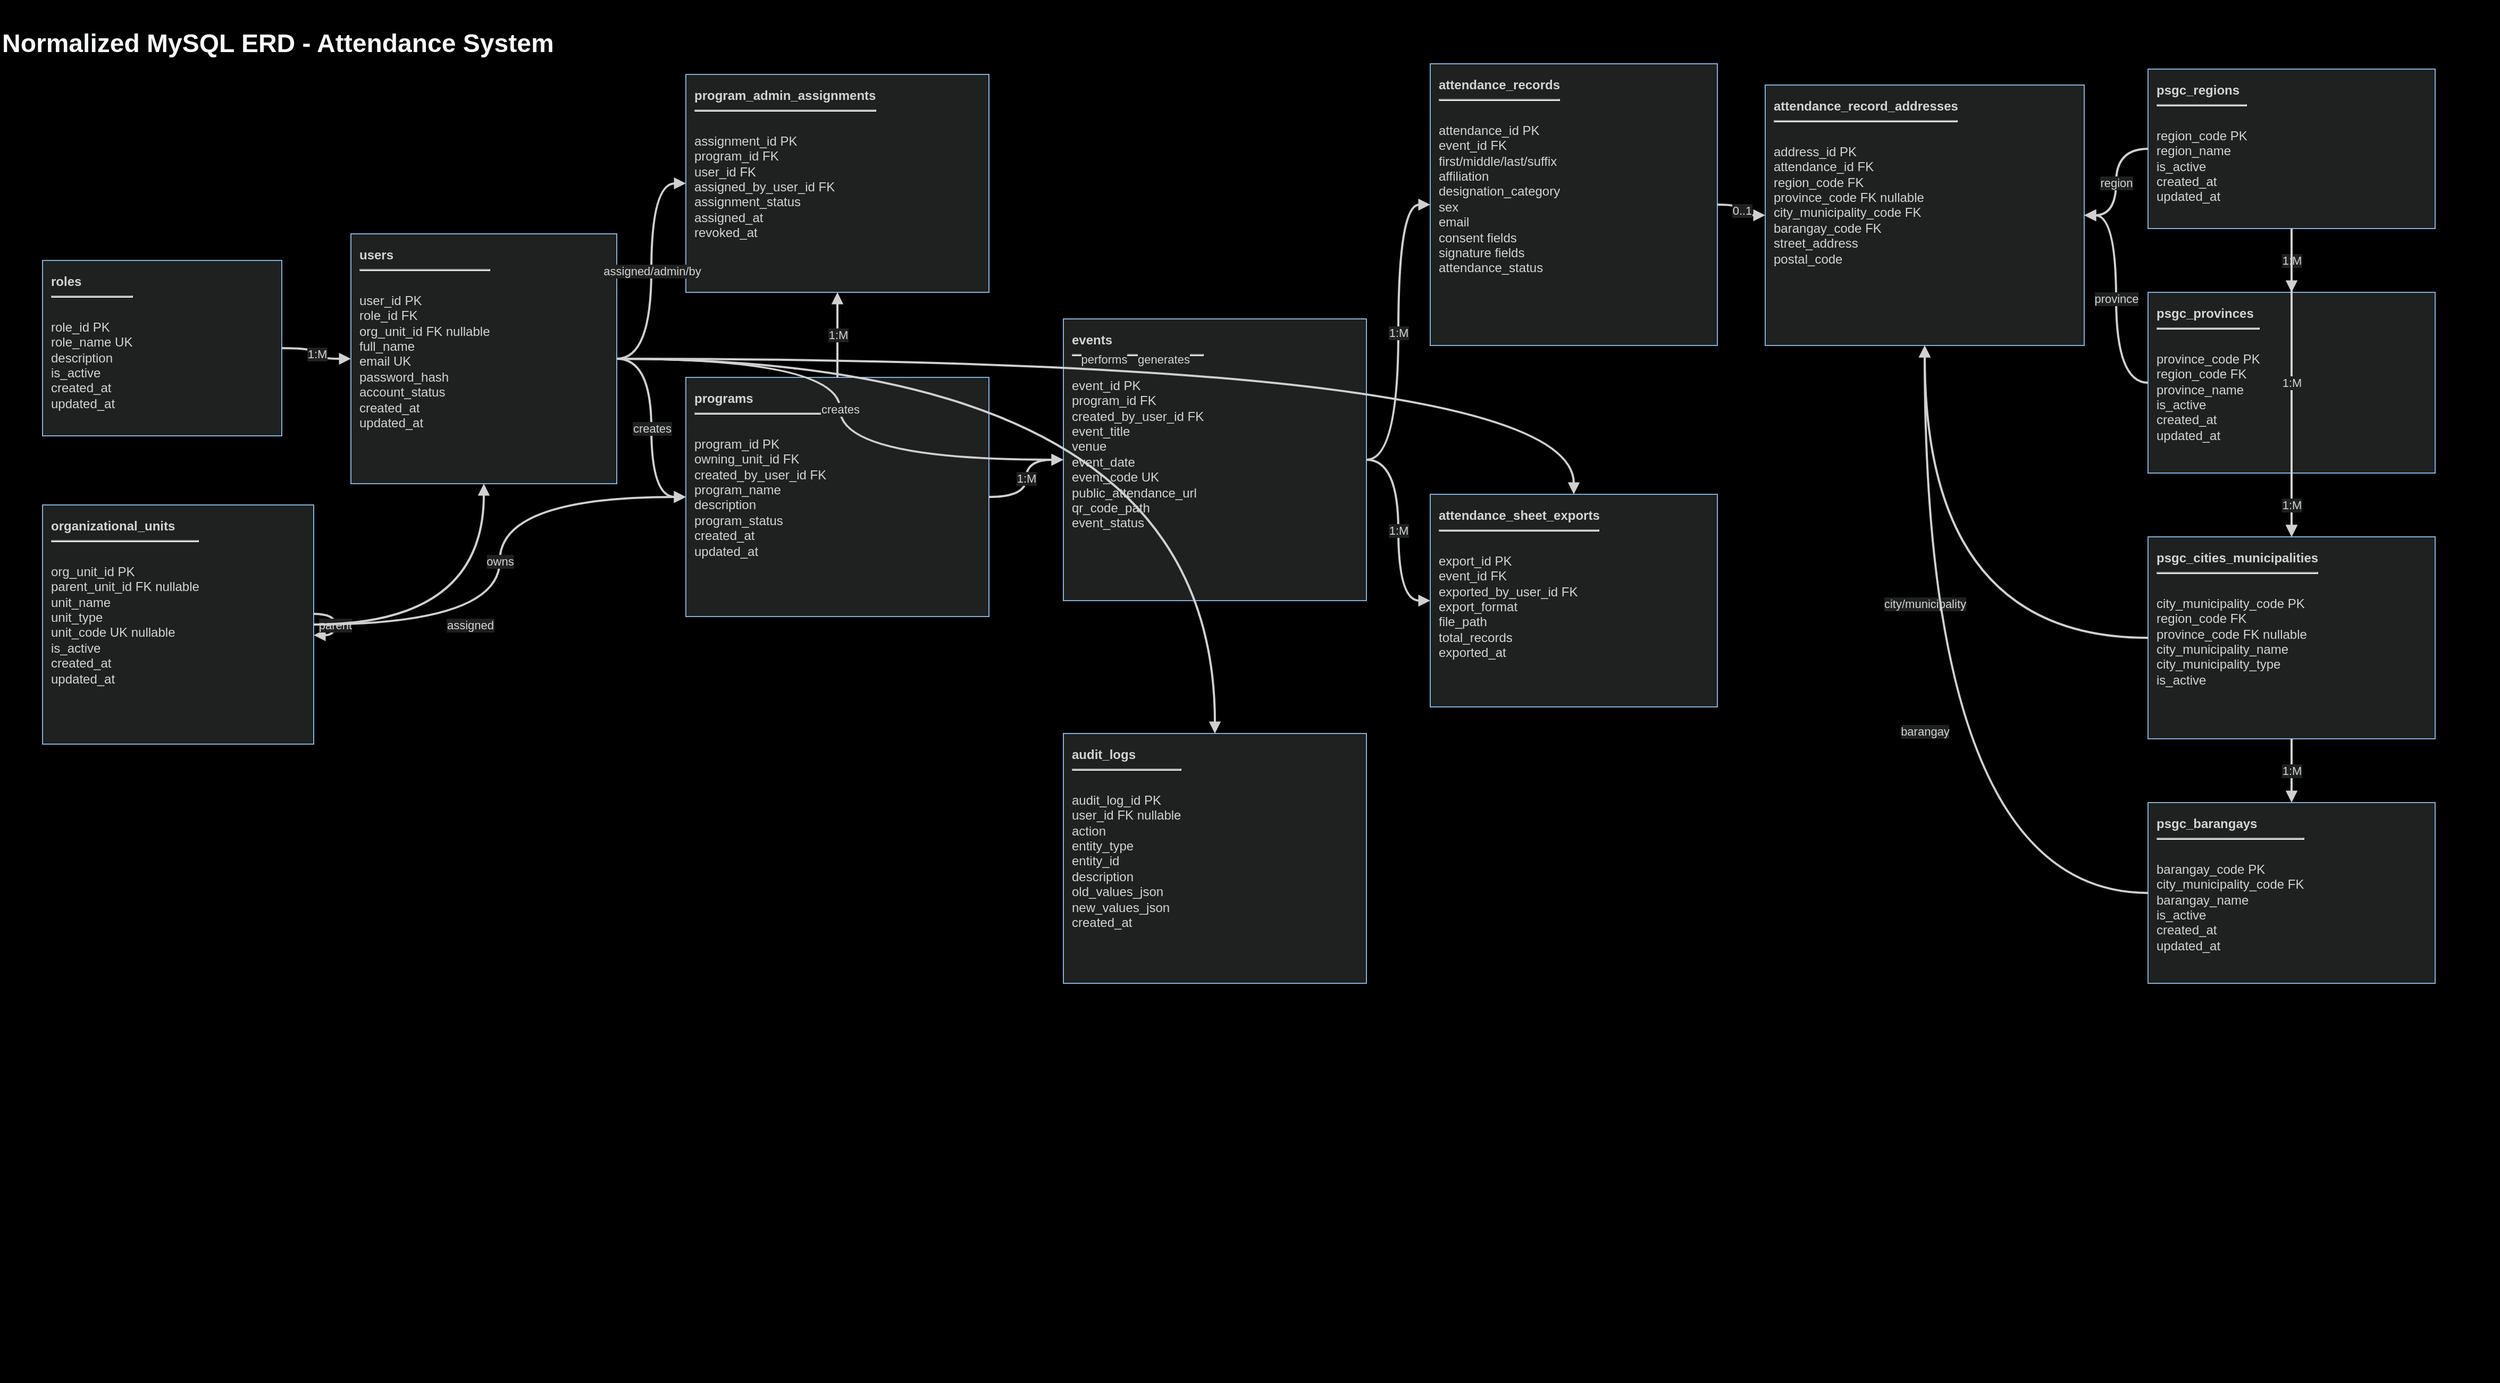
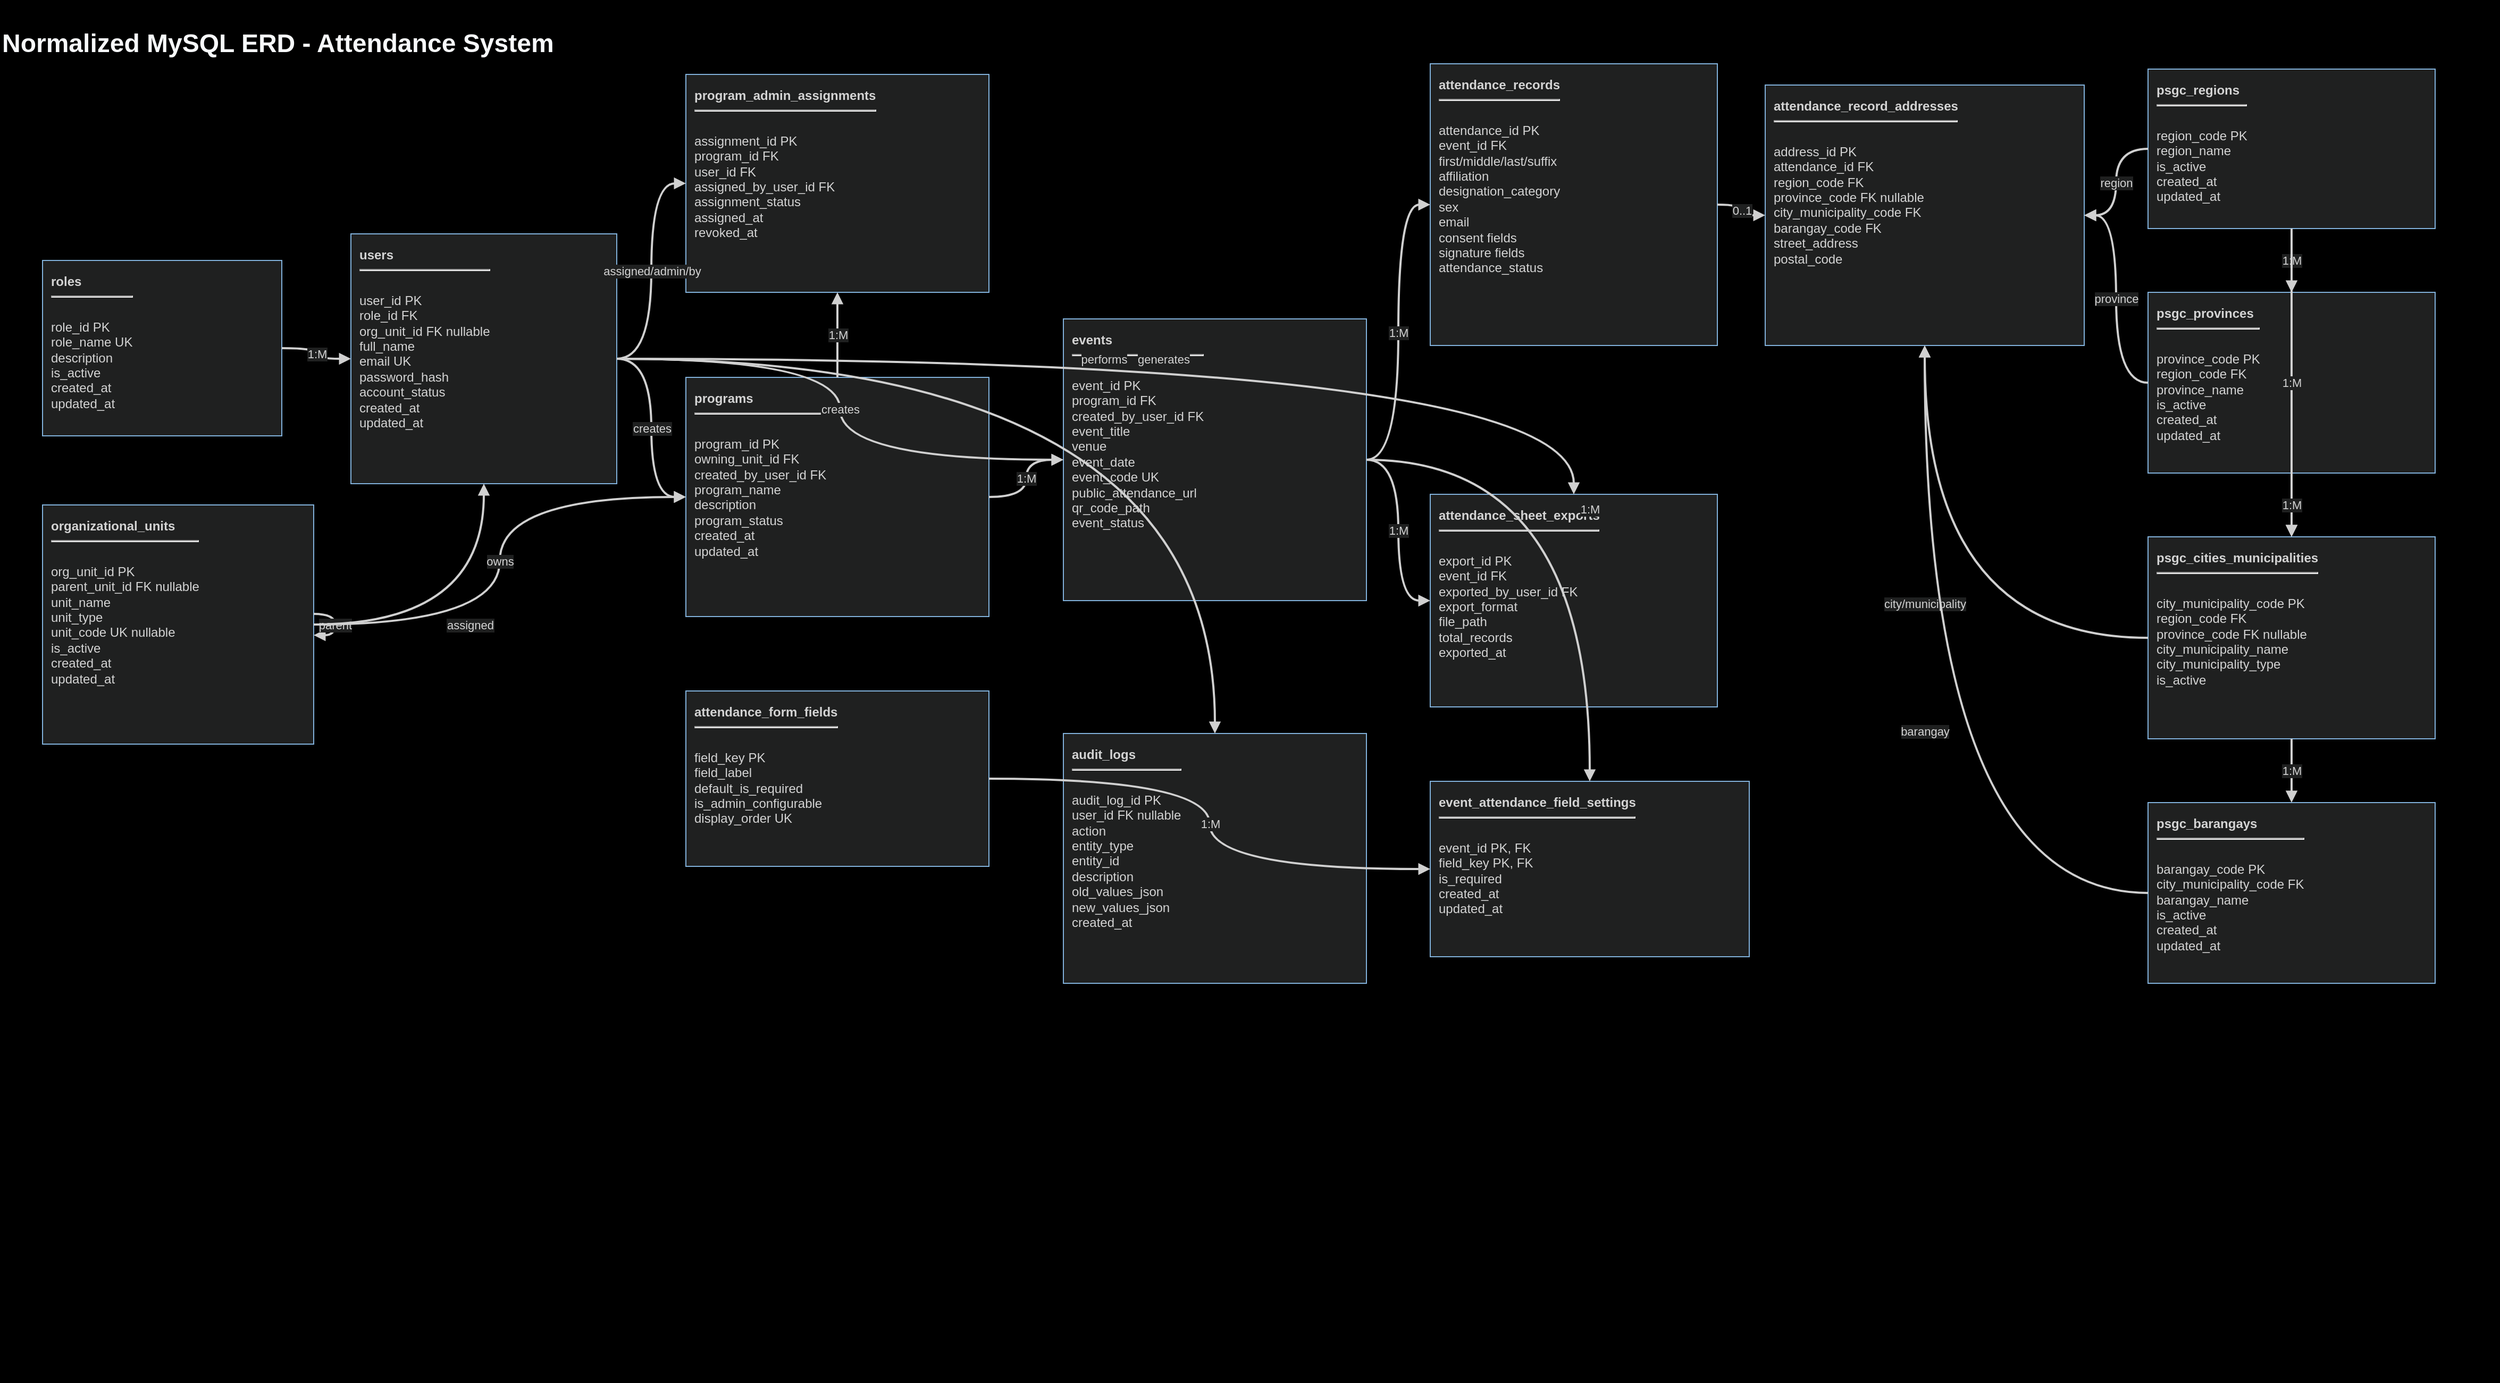
<?xml version='1.0' encoding='utf-8'?>
- <mxfile host="app.diagrams.net"><diagram name="Normalized MySQL ERD - Attendance System"><mxGraphModel dx="2350" dy="1300" grid="1" gridSize="10" guides="1" tooltips="1" connect="1" arrows="1" fold="1" page="1" pageScale="1" pageWidth="2350" pageHeight="1300" background="#000000" math="0" shadow="0"><root><mxCell id="0" /><mxCell id="1" parent="0" /><mxCell id="background" value="" style="rounded=0;whiteSpace=wrap;html=1;fillColor=#000000;strokeColor=none;locked=1;" vertex="1" parent="1"><mxGeometry x="0" y="0" width="2350" height="1300" as="geometry" /></mxCell><mxCell id="title" value="Normalized MySQL ERD - Attendance System" style="text;html=1;strokeColor=none;fillColor=none;fontColor=#f8fafc;fontStyle=1;fontSize=24;" vertex="1" parent="1"><mxGeometry x="0" y="20" width="2350" height="40" as="geometry" /></mxCell><mxCell id="roles" value="&lt;b&gt;roles&lt;/b&gt;&lt;br&gt;&lt;hr&gt;&lt;br&gt;role_id PK&lt;br&gt;role_name UK&lt;br&gt;description&lt;br&gt;is_active&lt;br&gt;created_at&lt;br&gt;updated_at" style="rounded=0;whiteSpace=wrap;html=1;strokeColor=#81B1DB;fillColor=#1f2020;fontColor=#d4d4d4;fontSize=12;spacing=8;align=left;verticalAlign=top;" vertex="1" parent="1"><mxGeometry x="40" y="245" width="225" height="165" as="geometry" /></mxCell><mxCell id="users" value="&lt;b&gt;users&lt;/b&gt;&lt;br&gt;&lt;hr&gt;&lt;br&gt;user_id PK&lt;br&gt;role_id FK&lt;br&gt;org_unit_id FK nullable&lt;br&gt;full_name&lt;br&gt;email UK&lt;br&gt;password_hash&lt;br&gt;account_status&lt;br&gt;created_at&lt;br&gt;updated_at" style="rounded=0;whiteSpace=wrap;html=1;strokeColor=#81B1DB;fillColor=#1f2020;fontColor=#d4d4d4;fontSize=12;spacing=8;align=left;verticalAlign=top;" vertex="1" parent="1"><mxGeometry x="330" y="220" width="250" height="235" as="geometry" /></mxCell><mxCell id="org_units" value="&lt;b&gt;organizational_units&lt;/b&gt;&lt;br&gt;&lt;hr&gt;&lt;br&gt;org_unit_id PK&lt;br&gt;parent_unit_id FK nullable&lt;br&gt;unit_name&lt;br&gt;unit_type&lt;br&gt;unit_code UK nullable&lt;br&gt;is_active&lt;br&gt;created_at&lt;br&gt;updated_at" style="rounded=0;whiteSpace=wrap;html=1;strokeColor=#81B1DB;fillColor=#1f2020;fontColor=#d4d4d4;fontSize=12;spacing=8;align=left;verticalAlign=top;" vertex="1" parent="1"><mxGeometry x="40" y="475" width="255" height="225" as="geometry" /></mxCell><mxCell id="assignments" value="&lt;b&gt;program_admin_assignments&lt;/b&gt;&lt;br&gt;&lt;hr&gt;&lt;br&gt;assignment_id PK&lt;br&gt;program_id FK&lt;br&gt;user_id FK&lt;br&gt;assigned_by_user_id FK&lt;br&gt;assignment_status&lt;br&gt;assigned_at&lt;br&gt;revoked_at" style="rounded=0;whiteSpace=wrap;html=1;strokeColor=#81B1DB;fillColor=#1f2020;fontColor=#d4d4d4;fontSize=12;spacing=8;align=left;verticalAlign=top;" vertex="1" parent="1"><mxGeometry x="645" y="70" width="285" height="205" as="geometry" /></mxCell><mxCell id="programs" value="&lt;b&gt;programs&lt;/b&gt;&lt;br&gt;&lt;hr&gt;&lt;br&gt;program_id PK&lt;br&gt;owning_unit_id FK&lt;br&gt;created_by_user_id FK&lt;br&gt;program_name&lt;br&gt;description&lt;br&gt;program_status&lt;br&gt;created_at&lt;br&gt;updated_at" style="rounded=0;whiteSpace=wrap;html=1;strokeColor=#81B1DB;fillColor=#1f2020;fontColor=#d4d4d4;fontSize=12;spacing=8;align=left;verticalAlign=top;" vertex="1" parent="1"><mxGeometry x="645" y="355" width="285" height="225" as="geometry" /></mxCell><mxCell id="events" value="&lt;b&gt;events&lt;/b&gt;&lt;br&gt;&lt;hr&gt;&lt;br&gt;event_id PK&lt;br&gt;program_id FK&lt;br&gt;created_by_user_id FK&lt;br&gt;event_title&lt;br&gt;venue&lt;br&gt;event_date&lt;br&gt;event_code UK&lt;br&gt;public_attendance_url&lt;br&gt;qr_code_path&lt;br&gt;event_status" style="rounded=0;whiteSpace=wrap;html=1;strokeColor=#81B1DB;fillColor=#1f2020;fontColor=#d4d4d4;fontSize=12;spacing=8;align=left;verticalAlign=top;" vertex="1" parent="1"><mxGeometry x="1000" y="300" width="285" height="265" as="geometry" /></mxCell><mxCell id="attendance" value="&lt;b&gt;attendance_records&lt;/b&gt;&lt;br&gt;&lt;hr&gt;&lt;br&gt;attendance_id PK&lt;br&gt;event_id FK&lt;br&gt;first/middle/last/suffix&lt;br&gt;affiliation&lt;br&gt;designation_category&lt;br&gt;sex&lt;br&gt;email&lt;br&gt;consent fields&lt;br&gt;signature fields&lt;br&gt;attendance_status" style="rounded=0;whiteSpace=wrap;html=1;strokeColor=#81B1DB;fillColor=#1f2020;fontColor=#d4d4d4;fontSize=12;spacing=8;align=left;verticalAlign=top;" vertex="1" parent="1"><mxGeometry x="1345" y="60" width="270" height="265" as="geometry" /></mxCell><mxCell id="address" value="&lt;b&gt;attendance_record_addresses&lt;/b&gt;&lt;br&gt;&lt;hr&gt;&lt;br&gt;address_id PK&lt;br&gt;attendance_id FK&lt;br&gt;region_code FK&lt;br&gt;province_code FK nullable&lt;br&gt;city_municipality_code FK&lt;br&gt;barangay_code FK&lt;br&gt;street_address&lt;br&gt;postal_code" style="rounded=0;whiteSpace=wrap;html=1;strokeColor=#81B1DB;fillColor=#1f2020;fontColor=#d4d4d4;fontSize=12;spacing=8;align=left;verticalAlign=top;" vertex="1" parent="1"><mxGeometry x="1660" y="80" width="300" height="245" as="geometry" /></mxCell><mxCell id="exports" value="&lt;b&gt;attendance_sheet_exports&lt;/b&gt;&lt;br&gt;&lt;hr&gt;&lt;br&gt;export_id PK&lt;br&gt;event_id FK&lt;br&gt;exported_by_user_id FK&lt;br&gt;export_format&lt;br&gt;file_path&lt;br&gt;total_records&lt;br&gt;exported_at" style="rounded=0;whiteSpace=wrap;html=1;strokeColor=#81B1DB;fillColor=#1f2020;fontColor=#d4d4d4;fontSize=12;spacing=8;align=left;verticalAlign=top;" vertex="1" parent="1"><mxGeometry x="1345" y="465" width="270" height="200" as="geometry" /></mxCell><mxCell id="audit" value="&lt;b&gt;audit_logs&lt;/b&gt;&lt;br&gt;&lt;hr&gt;&lt;br&gt;audit_log_id PK&lt;br&gt;user_id FK nullable&lt;br&gt;action&lt;br&gt;entity_type&lt;br&gt;entity_id&lt;br&gt;description&lt;br&gt;old_values_json&lt;br&gt;new_values_json&lt;br&gt;created_at" style="rounded=0;whiteSpace=wrap;html=1;strokeColor=#81B1DB;fillColor=#1f2020;fontColor=#d4d4d4;fontSize=12;spacing=8;align=left;verticalAlign=top;" vertex="1" parent="1"><mxGeometry x="1000" y="690" width="285" height="235" as="geometry" /></mxCell><mxCell id="psgc_regions" value="&lt;b&gt;psgc_regions&lt;/b&gt;&lt;br&gt;&lt;hr&gt;&lt;br&gt;region_code PK&lt;br&gt;region_name&lt;br&gt;is_active&lt;br&gt;created_at&lt;br&gt;updated_at" style="rounded=0;whiteSpace=wrap;html=1;strokeColor=#81B1DB;fillColor=#1f2020;fontColor=#d4d4d4;fontSize=12;spacing=8;align=left;verticalAlign=top;" vertex="1" parent="1"><mxGeometry x="2020" y="65" width="270" height="150" as="geometry" /></mxCell><mxCell id="psgc_provinces" value="&lt;b&gt;psgc_provinces&lt;/b&gt;&lt;br&gt;&lt;hr&gt;&lt;br&gt;province_code PK&lt;br&gt;region_code FK&lt;br&gt;province_name&lt;br&gt;is_active&lt;br&gt;created_at&lt;br&gt;updated_at" style="rounded=0;whiteSpace=wrap;html=1;strokeColor=#81B1DB;fillColor=#1f2020;fontColor=#d4d4d4;fontSize=12;spacing=8;align=left;verticalAlign=top;" vertex="1" parent="1"><mxGeometry x="2020" y="275" width="270" height="170" as="geometry" /></mxCell><mxCell id="psgc_cities" value="&lt;b&gt;psgc_cities_municipalities&lt;/b&gt;&lt;br&gt;&lt;hr&gt;&lt;br&gt;city_municipality_code PK&lt;br&gt;region_code FK&lt;br&gt;province_code FK nullable&lt;br&gt;city_municipality_name&lt;br&gt;city_municipality_type&lt;br&gt;is_active" style="rounded=0;whiteSpace=wrap;html=1;strokeColor=#81B1DB;fillColor=#1f2020;fontColor=#d4d4d4;fontSize=12;spacing=8;align=left;verticalAlign=top;" vertex="1" parent="1"><mxGeometry x="2020" y="505" width="270" height="190" as="geometry" /></mxCell><mxCell id="psgc_barangays" value="&lt;b&gt;psgc_barangays&lt;/b&gt;&lt;br&gt;&lt;hr&gt;&lt;br&gt;barangay_code PK&lt;br&gt;city_municipality_code FK&lt;br&gt;barangay_name&lt;br&gt;is_active&lt;br&gt;created_at&lt;br&gt;updated_at" style="rounded=0;whiteSpace=wrap;html=1;strokeColor=#81B1DB;fillColor=#1f2020;fontColor=#d4d4d4;fontSize=12;spacing=8;align=left;verticalAlign=top;" vertex="1" parent="1"><mxGeometry x="2020" y="755" width="270" height="170" as="geometry" /></mxCell><mxCell id="e1" value="1:M" style="edgeStyle=orthogonalEdgeStyle;rounded=1;curved=1;html=1;endArrow=block;strokeColor=#d0d0d0;fontColor=#d4d4d4;fontSize=11;labelBackgroundColor=#1f2020;strokeWidth=2;" edge="1" parent="1" source="roles" target="users"><mxGeometry relative="1" as="geometry" /></mxCell><mxCell id="e2" value="parent" style="edgeStyle=orthogonalEdgeStyle;rounded=1;curved=1;html=1;endArrow=block;strokeColor=#d0d0d0;fontColor=#d4d4d4;fontSize=11;labelBackgroundColor=#1f2020;strokeWidth=2;" edge="1" parent="1" source="org_units" target="org_units"><mxGeometry relative="1" as="geometry" /></mxCell><mxCell id="e3" value="assigned" style="edgeStyle=orthogonalEdgeStyle;rounded=1;curved=1;html=1;endArrow=block;strokeColor=#d0d0d0;fontColor=#d4d4d4;fontSize=11;labelBackgroundColor=#1f2020;strokeWidth=2;" edge="1" parent="1" source="org_units" target="users"><mxGeometry relative="1" as="geometry" /></mxCell><mxCell id="e4" value="owns" style="edgeStyle=orthogonalEdgeStyle;rounded=1;curved=1;html=1;endArrow=block;strokeColor=#d0d0d0;fontColor=#d4d4d4;fontSize=11;labelBackgroundColor=#1f2020;strokeWidth=2;" edge="1" parent="1" source="org_units" target="programs"><mxGeometry relative="1" as="geometry" /></mxCell><mxCell id="e5" value="creates" style="edgeStyle=orthogonalEdgeStyle;rounded=1;curved=1;html=1;endArrow=block;strokeColor=#d0d0d0;fontColor=#d4d4d4;fontSize=11;labelBackgroundColor=#1f2020;strokeWidth=2;" edge="1" parent="1" source="users" target="programs"><mxGeometry relative="1" as="geometry" /></mxCell><mxCell id="e6" value="assigned/admin/by" style="edgeStyle=orthogonalEdgeStyle;rounded=1;curved=1;html=1;endArrow=block;strokeColor=#d0d0d0;fontColor=#d4d4d4;fontSize=11;labelBackgroundColor=#1f2020;strokeWidth=2;" edge="1" parent="1" source="users" target="assignments"><mxGeometry relative="1" as="geometry" /></mxCell><mxCell id="e7" value="1:M" style="edgeStyle=orthogonalEdgeStyle;rounded=1;curved=1;html=1;endArrow=block;strokeColor=#d0d0d0;fontColor=#d4d4d4;fontSize=11;labelBackgroundColor=#1f2020;strokeWidth=2;" edge="1" parent="1" source="programs" target="assignments"><mxGeometry relative="1" as="geometry" /></mxCell><mxCell id="e8" value="1:M" style="edgeStyle=orthogonalEdgeStyle;rounded=1;curved=1;html=1;endArrow=block;strokeColor=#d0d0d0;fontColor=#d4d4d4;fontSize=11;labelBackgroundColor=#1f2020;strokeWidth=2;" edge="1" parent="1" source="programs" target="events"><mxGeometry relative="1" as="geometry" /></mxCell><mxCell id="e9" value="creates" style="edgeStyle=orthogonalEdgeStyle;rounded=1;curved=1;html=1;endArrow=block;strokeColor=#d0d0d0;fontColor=#d4d4d4;fontSize=11;labelBackgroundColor=#1f2020;strokeWidth=2;" edge="1" parent="1" source="users" target="events"><mxGeometry relative="1" as="geometry" /></mxCell><mxCell id="e10" value="1:M" style="edgeStyle=orthogonalEdgeStyle;rounded=1;curved=1;html=1;endArrow=block;strokeColor=#d0d0d0;fontColor=#d4d4d4;fontSize=11;labelBackgroundColor=#1f2020;strokeWidth=2;" edge="1" parent="1" source="events" target="attendance"><mxGeometry relative="1" as="geometry" /></mxCell><mxCell id="e11" value="0..1" style="edgeStyle=orthogonalEdgeStyle;rounded=1;curved=1;html=1;endArrow=block;strokeColor=#d0d0d0;fontColor=#d4d4d4;fontSize=11;labelBackgroundColor=#1f2020;strokeWidth=2;" edge="1" parent="1" source="attendance" target="address"><mxGeometry relative="1" as="geometry" /></mxCell><mxCell id="e12" value="1:M" style="edgeStyle=orthogonalEdgeStyle;rounded=1;curved=1;html=1;endArrow=block;strokeColor=#d0d0d0;fontColor=#d4d4d4;fontSize=11;labelBackgroundColor=#1f2020;strokeWidth=2;" edge="1" parent="1" source="events" target="exports"><mxGeometry relative="1" as="geometry" /></mxCell><mxCell id="e13" value="generates" style="edgeStyle=orthogonalEdgeStyle;rounded=1;curved=1;html=1;endArrow=block;strokeColor=#d0d0d0;fontColor=#d4d4d4;fontSize=11;labelBackgroundColor=#1f2020;strokeWidth=2;" edge="1" parent="1" source="users" target="exports"><mxGeometry relative="1" as="geometry" /></mxCell><mxCell id="e14" value="performs" style="edgeStyle=orthogonalEdgeStyle;rounded=1;curved=1;html=1;endArrow=block;strokeColor=#d0d0d0;fontColor=#d4d4d4;fontSize=11;labelBackgroundColor=#1f2020;strokeWidth=2;" edge="1" parent="1" source="users" target="audit"><mxGeometry relative="1" as="geometry" /></mxCell><mxCell id="e15" value="1:M" style="edgeStyle=orthogonalEdgeStyle;rounded=1;curved=1;html=1;endArrow=block;strokeColor=#d0d0d0;fontColor=#d4d4d4;fontSize=11;labelBackgroundColor=#1f2020;strokeWidth=2;" edge="1" parent="1" source="psgc_regions" target="psgc_provinces"><mxGeometry relative="1" as="geometry" /></mxCell><mxCell id="e16" value="1:M" style="edgeStyle=orthogonalEdgeStyle;rounded=1;curved=1;html=1;endArrow=block;strokeColor=#d0d0d0;fontColor=#d4d4d4;fontSize=11;labelBackgroundColor=#1f2020;strokeWidth=2;" edge="1" parent="1" source="psgc_regions" target="psgc_cities"><mxGeometry relative="1" as="geometry" /></mxCell><mxCell id="e17" value="1:M" style="edgeStyle=orthogonalEdgeStyle;rounded=1;curved=1;html=1;endArrow=block;strokeColor=#d0d0d0;fontColor=#d4d4d4;fontSize=11;labelBackgroundColor=#1f2020;strokeWidth=2;" edge="1" parent="1" source="psgc_provinces" target="psgc_cities"><mxGeometry relative="1" as="geometry" /></mxCell><mxCell id="e18" value="1:M" style="edgeStyle=orthogonalEdgeStyle;rounded=1;curved=1;html=1;endArrow=block;strokeColor=#d0d0d0;fontColor=#d4d4d4;fontSize=11;labelBackgroundColor=#1f2020;strokeWidth=2;" edge="1" parent="1" source="psgc_cities" target="psgc_barangays"><mxGeometry relative="1" as="geometry" /></mxCell><mxCell id="e19" value="region" style="edgeStyle=orthogonalEdgeStyle;rounded=1;curved=1;html=1;endArrow=block;strokeColor=#d0d0d0;fontColor=#d4d4d4;fontSize=11;labelBackgroundColor=#1f2020;strokeWidth=2;" edge="1" parent="1" source="psgc_regions" target="address"><mxGeometry relative="1" as="geometry" /></mxCell><mxCell id="e20" value="province" style="edgeStyle=orthogonalEdgeStyle;rounded=1;curved=1;html=1;endArrow=block;strokeColor=#d0d0d0;fontColor=#d4d4d4;fontSize=11;labelBackgroundColor=#1f2020;strokeWidth=2;" edge="1" parent="1" source="psgc_provinces" target="address"><mxGeometry relative="1" as="geometry" /></mxCell><mxCell id="e21" value="city/municipality" style="edgeStyle=orthogonalEdgeStyle;rounded=1;curved=1;html=1;endArrow=block;strokeColor=#d0d0d0;fontColor=#d4d4d4;fontSize=11;labelBackgroundColor=#1f2020;strokeWidth=2;" edge="1" parent="1" source="psgc_cities" target="address"><mxGeometry relative="1" as="geometry" /></mxCell><mxCell id="e22" value="barangay" style="edgeStyle=orthogonalEdgeStyle;rounded=1;curved=1;html=1;endArrow=block;strokeColor=#d0d0d0;fontColor=#d4d4d4;fontSize=11;labelBackgroundColor=#1f2020;strokeWidth=2;" edge="1" parent="1" source="psgc_barangays" target="address"><mxGeometry relative="1" as="geometry" /></mxCell></root></mxGraphModel></diagram></mxfile>+ <mxfile host="app.diagrams.net"><diagram name="Normalized MySQL ERD - Attendance System"><mxGraphModel dx="2350" dy="1300" grid="1" gridSize="10" guides="1" tooltips="1" connect="1" arrows="1" fold="1" page="1" pageScale="1" pageWidth="2350" pageHeight="1300" background="#000000" math="0" shadow="0"><root><mxCell id="0" /><mxCell id="1" parent="0" /><mxCell id="background" value="" style="rounded=0;whiteSpace=wrap;html=1;fillColor=#000000;strokeColor=none;locked=1;" vertex="1" parent="1"><mxGeometry x="0" y="0" width="2350" height="1300" as="geometry" /></mxCell><mxCell id="title" value="Normalized MySQL ERD - Attendance System" style="text;html=1;strokeColor=none;fillColor=none;fontColor=#f8fafc;fontStyle=1;fontSize=24;" vertex="1" parent="1"><mxGeometry x="0" y="20" width="2350" height="40" as="geometry" /></mxCell><mxCell id="roles" value="&lt;b&gt;roles&lt;/b&gt;&lt;br&gt;&lt;hr&gt;&lt;br&gt;role_id PK&lt;br&gt;role_name UK&lt;br&gt;description&lt;br&gt;is_active&lt;br&gt;created_at&lt;br&gt;updated_at" style="rounded=0;whiteSpace=wrap;html=1;strokeColor=#81B1DB;fillColor=#1f2020;fontColor=#d4d4d4;fontSize=12;spacing=8;align=left;verticalAlign=top;" vertex="1" parent="1"><mxGeometry x="40" y="245" width="225" height="165" as="geometry" /></mxCell><mxCell id="users" value="&lt;b&gt;users&lt;/b&gt;&lt;br&gt;&lt;hr&gt;&lt;br&gt;user_id PK&lt;br&gt;role_id FK&lt;br&gt;org_unit_id FK nullable&lt;br&gt;full_name&lt;br&gt;email UK&lt;br&gt;password_hash&lt;br&gt;account_status&lt;br&gt;created_at&lt;br&gt;updated_at" style="rounded=0;whiteSpace=wrap;html=1;strokeColor=#81B1DB;fillColor=#1f2020;fontColor=#d4d4d4;fontSize=12;spacing=8;align=left;verticalAlign=top;" vertex="1" parent="1"><mxGeometry x="330" y="220" width="250" height="235" as="geometry" /></mxCell><mxCell id="org_units" value="&lt;b&gt;organizational_units&lt;/b&gt;&lt;br&gt;&lt;hr&gt;&lt;br&gt;org_unit_id PK&lt;br&gt;parent_unit_id FK nullable&lt;br&gt;unit_name&lt;br&gt;unit_type&lt;br&gt;unit_code UK nullable&lt;br&gt;is_active&lt;br&gt;created_at&lt;br&gt;updated_at" style="rounded=0;whiteSpace=wrap;html=1;strokeColor=#81B1DB;fillColor=#1f2020;fontColor=#d4d4d4;fontSize=12;spacing=8;align=left;verticalAlign=top;" vertex="1" parent="1"><mxGeometry x="40" y="475" width="255" height="225" as="geometry" /></mxCell><mxCell id="assignments" value="&lt;b&gt;program_admin_assignments&lt;/b&gt;&lt;br&gt;&lt;hr&gt;&lt;br&gt;assignment_id PK&lt;br&gt;program_id FK&lt;br&gt;user_id FK&lt;br&gt;assigned_by_user_id FK&lt;br&gt;assignment_status&lt;br&gt;assigned_at&lt;br&gt;revoked_at" style="rounded=0;whiteSpace=wrap;html=1;strokeColor=#81B1DB;fillColor=#1f2020;fontColor=#d4d4d4;fontSize=12;spacing=8;align=left;verticalAlign=top;" vertex="1" parent="1"><mxGeometry x="645" y="70" width="285" height="205" as="geometry" /></mxCell><mxCell id="programs" value="&lt;b&gt;programs&lt;/b&gt;&lt;br&gt;&lt;hr&gt;&lt;br&gt;program_id PK&lt;br&gt;owning_unit_id FK&lt;br&gt;created_by_user_id FK&lt;br&gt;program_name&lt;br&gt;description&lt;br&gt;program_status&lt;br&gt;created_at&lt;br&gt;updated_at" style="rounded=0;whiteSpace=wrap;html=1;strokeColor=#81B1DB;fillColor=#1f2020;fontColor=#d4d4d4;fontSize=12;spacing=8;align=left;verticalAlign=top;" vertex="1" parent="1"><mxGeometry x="645" y="355" width="285" height="225" as="geometry" /></mxCell><mxCell id="events" value="&lt;b&gt;events&lt;/b&gt;&lt;br&gt;&lt;hr&gt;&lt;br&gt;event_id PK&lt;br&gt;program_id FK&lt;br&gt;created_by_user_id FK&lt;br&gt;event_title&lt;br&gt;venue&lt;br&gt;event_date&lt;br&gt;event_code UK&lt;br&gt;public_attendance_url&lt;br&gt;qr_code_path&lt;br&gt;event_status" style="rounded=0;whiteSpace=wrap;html=1;strokeColor=#81B1DB;fillColor=#1f2020;fontColor=#d4d4d4;fontSize=12;spacing=8;align=left;verticalAlign=top;" vertex="1" parent="1"><mxGeometry x="1000" y="300" width="285" height="265" as="geometry" /></mxCell><mxCell id="form_fields" value="&lt;b&gt;attendance_form_fields&lt;/b&gt;&lt;br&gt;&lt;hr&gt;&lt;br&gt;field_key PK&lt;br&gt;field_label&lt;br&gt;default_is_required&lt;br&gt;is_admin_configurable&lt;br&gt;display_order UK" style="rounded=0;whiteSpace=wrap;html=1;strokeColor=#81B1DB;fillColor=#1f2020;fontColor=#d4d4d4;fontSize=12;spacing=8;align=left;verticalAlign=top;" vertex="1" parent="1"><mxGeometry x="645" y="650" width="285" height="165" as="geometry" /></mxCell><mxCell id="event_field_settings" value="&lt;b&gt;event_attendance_field_settings&lt;/b&gt;&lt;br&gt;&lt;hr&gt;&lt;br&gt;event_id PK, FK&lt;br&gt;field_key PK, FK&lt;br&gt;is_required&lt;br&gt;created_at&lt;br&gt;updated_at" style="rounded=0;whiteSpace=wrap;html=1;strokeColor=#81B1DB;fillColor=#1f2020;fontColor=#d4d4d4;fontSize=12;spacing=8;align=left;verticalAlign=top;" vertex="1" parent="1"><mxGeometry x="1345" y="735" width="300" height="165" as="geometry" /></mxCell><mxCell id="attendance" value="&lt;b&gt;attendance_records&lt;/b&gt;&lt;br&gt;&lt;hr&gt;&lt;br&gt;attendance_id PK&lt;br&gt;event_id FK&lt;br&gt;first/middle/last/suffix&lt;br&gt;affiliation&lt;br&gt;designation_category&lt;br&gt;sex&lt;br&gt;email&lt;br&gt;consent fields&lt;br&gt;signature fields&lt;br&gt;attendance_status" style="rounded=0;whiteSpace=wrap;html=1;strokeColor=#81B1DB;fillColor=#1f2020;fontColor=#d4d4d4;fontSize=12;spacing=8;align=left;verticalAlign=top;" vertex="1" parent="1"><mxGeometry x="1345" y="60" width="270" height="265" as="geometry" /></mxCell><mxCell id="address" value="&lt;b&gt;attendance_record_addresses&lt;/b&gt;&lt;br&gt;&lt;hr&gt;&lt;br&gt;address_id PK&lt;br&gt;attendance_id FK&lt;br&gt;region_code FK&lt;br&gt;province_code FK nullable&lt;br&gt;city_municipality_code FK&lt;br&gt;barangay_code FK&lt;br&gt;street_address&lt;br&gt;postal_code" style="rounded=0;whiteSpace=wrap;html=1;strokeColor=#81B1DB;fillColor=#1f2020;fontColor=#d4d4d4;fontSize=12;spacing=8;align=left;verticalAlign=top;" vertex="1" parent="1"><mxGeometry x="1660" y="80" width="300" height="245" as="geometry" /></mxCell><mxCell id="exports" value="&lt;b&gt;attendance_sheet_exports&lt;/b&gt;&lt;br&gt;&lt;hr&gt;&lt;br&gt;export_id PK&lt;br&gt;event_id FK&lt;br&gt;exported_by_user_id FK&lt;br&gt;export_format&lt;br&gt;file_path&lt;br&gt;total_records&lt;br&gt;exported_at" style="rounded=0;whiteSpace=wrap;html=1;strokeColor=#81B1DB;fillColor=#1f2020;fontColor=#d4d4d4;fontSize=12;spacing=8;align=left;verticalAlign=top;" vertex="1" parent="1"><mxGeometry x="1345" y="465" width="270" height="200" as="geometry" /></mxCell><mxCell id="audit" value="&lt;b&gt;audit_logs&lt;/b&gt;&lt;br&gt;&lt;hr&gt;&lt;br&gt;audit_log_id PK&lt;br&gt;user_id FK nullable&lt;br&gt;action&lt;br&gt;entity_type&lt;br&gt;entity_id&lt;br&gt;description&lt;br&gt;old_values_json&lt;br&gt;new_values_json&lt;br&gt;created_at" style="rounded=0;whiteSpace=wrap;html=1;strokeColor=#81B1DB;fillColor=#1f2020;fontColor=#d4d4d4;fontSize=12;spacing=8;align=left;verticalAlign=top;" vertex="1" parent="1"><mxGeometry x="1000" y="690" width="285" height="235" as="geometry" /></mxCell><mxCell id="psgc_regions" value="&lt;b&gt;psgc_regions&lt;/b&gt;&lt;br&gt;&lt;hr&gt;&lt;br&gt;region_code PK&lt;br&gt;region_name&lt;br&gt;is_active&lt;br&gt;created_at&lt;br&gt;updated_at" style="rounded=0;whiteSpace=wrap;html=1;strokeColor=#81B1DB;fillColor=#1f2020;fontColor=#d4d4d4;fontSize=12;spacing=8;align=left;verticalAlign=top;" vertex="1" parent="1"><mxGeometry x="2020" y="65" width="270" height="150" as="geometry" /></mxCell><mxCell id="psgc_provinces" value="&lt;b&gt;psgc_provinces&lt;/b&gt;&lt;br&gt;&lt;hr&gt;&lt;br&gt;province_code PK&lt;br&gt;region_code FK&lt;br&gt;province_name&lt;br&gt;is_active&lt;br&gt;created_at&lt;br&gt;updated_at" style="rounded=0;whiteSpace=wrap;html=1;strokeColor=#81B1DB;fillColor=#1f2020;fontColor=#d4d4d4;fontSize=12;spacing=8;align=left;verticalAlign=top;" vertex="1" parent="1"><mxGeometry x="2020" y="275" width="270" height="170" as="geometry" /></mxCell><mxCell id="psgc_cities" value="&lt;b&gt;psgc_cities_municipalities&lt;/b&gt;&lt;br&gt;&lt;hr&gt;&lt;br&gt;city_municipality_code PK&lt;br&gt;region_code FK&lt;br&gt;province_code FK nullable&lt;br&gt;city_municipality_name&lt;br&gt;city_municipality_type&lt;br&gt;is_active" style="rounded=0;whiteSpace=wrap;html=1;strokeColor=#81B1DB;fillColor=#1f2020;fontColor=#d4d4d4;fontSize=12;spacing=8;align=left;verticalAlign=top;" vertex="1" parent="1"><mxGeometry x="2020" y="505" width="270" height="190" as="geometry" /></mxCell><mxCell id="psgc_barangays" value="&lt;b&gt;psgc_barangays&lt;/b&gt;&lt;br&gt;&lt;hr&gt;&lt;br&gt;barangay_code PK&lt;br&gt;city_municipality_code FK&lt;br&gt;barangay_name&lt;br&gt;is_active&lt;br&gt;created_at&lt;br&gt;updated_at" style="rounded=0;whiteSpace=wrap;html=1;strokeColor=#81B1DB;fillColor=#1f2020;fontColor=#d4d4d4;fontSize=12;spacing=8;align=left;verticalAlign=top;" vertex="1" parent="1"><mxGeometry x="2020" y="755" width="270" height="170" as="geometry" /></mxCell><mxCell id="e1" value="1:M" style="edgeStyle=orthogonalEdgeStyle;rounded=1;curved=1;html=1;endArrow=block;strokeColor=#d0d0d0;fontColor=#d4d4d4;fontSize=11;labelBackgroundColor=#1f2020;strokeWidth=2;" edge="1" parent="1" source="roles" target="users"><mxGeometry relative="1" as="geometry" /></mxCell><mxCell id="e2" value="parent" style="edgeStyle=orthogonalEdgeStyle;rounded=1;curved=1;html=1;endArrow=block;strokeColor=#d0d0d0;fontColor=#d4d4d4;fontSize=11;labelBackgroundColor=#1f2020;strokeWidth=2;" edge="1" parent="1" source="org_units" target="org_units"><mxGeometry relative="1" as="geometry" /></mxCell><mxCell id="e3" value="assigned" style="edgeStyle=orthogonalEdgeStyle;rounded=1;curved=1;html=1;endArrow=block;strokeColor=#d0d0d0;fontColor=#d4d4d4;fontSize=11;labelBackgroundColor=#1f2020;strokeWidth=2;" edge="1" parent="1" source="org_units" target="users"><mxGeometry relative="1" as="geometry" /></mxCell><mxCell id="e4" value="owns" style="edgeStyle=orthogonalEdgeStyle;rounded=1;curved=1;html=1;endArrow=block;strokeColor=#d0d0d0;fontColor=#d4d4d4;fontSize=11;labelBackgroundColor=#1f2020;strokeWidth=2;" edge="1" parent="1" source="org_units" target="programs"><mxGeometry relative="1" as="geometry" /></mxCell><mxCell id="e5" value="creates" style="edgeStyle=orthogonalEdgeStyle;rounded=1;curved=1;html=1;endArrow=block;strokeColor=#d0d0d0;fontColor=#d4d4d4;fontSize=11;labelBackgroundColor=#1f2020;strokeWidth=2;" edge="1" parent="1" source="users" target="programs"><mxGeometry relative="1" as="geometry" /></mxCell><mxCell id="e6" value="assigned/admin/by" style="edgeStyle=orthogonalEdgeStyle;rounded=1;curved=1;html=1;endArrow=block;strokeColor=#d0d0d0;fontColor=#d4d4d4;fontSize=11;labelBackgroundColor=#1f2020;strokeWidth=2;" edge="1" parent="1" source="users" target="assignments"><mxGeometry relative="1" as="geometry" /></mxCell><mxCell id="e7" value="1:M" style="edgeStyle=orthogonalEdgeStyle;rounded=1;curved=1;html=1;endArrow=block;strokeColor=#d0d0d0;fontColor=#d4d4d4;fontSize=11;labelBackgroundColor=#1f2020;strokeWidth=2;" edge="1" parent="1" source="programs" target="assignments"><mxGeometry relative="1" as="geometry" /></mxCell><mxCell id="e8" value="1:M" style="edgeStyle=orthogonalEdgeStyle;rounded=1;curved=1;html=1;endArrow=block;strokeColor=#d0d0d0;fontColor=#d4d4d4;fontSize=11;labelBackgroundColor=#1f2020;strokeWidth=2;" edge="1" parent="1" source="programs" target="events"><mxGeometry relative="1" as="geometry" /></mxCell><mxCell id="e9" value="creates" style="edgeStyle=orthogonalEdgeStyle;rounded=1;curved=1;html=1;endArrow=block;strokeColor=#d0d0d0;fontColor=#d4d4d4;fontSize=11;labelBackgroundColor=#1f2020;strokeWidth=2;" edge="1" parent="1" source="users" target="events"><mxGeometry relative="1" as="geometry" /></mxCell><mxCell id="e10" value="1:M" style="edgeStyle=orthogonalEdgeStyle;rounded=1;curved=1;html=1;endArrow=block;strokeColor=#d0d0d0;fontColor=#d4d4d4;fontSize=11;labelBackgroundColor=#1f2020;strokeWidth=2;" edge="1" parent="1" source="events" target="event_field_settings"><mxGeometry relative="1" as="geometry" /></mxCell><mxCell id="e11" value="1:M" style="edgeStyle=orthogonalEdgeStyle;rounded=1;curved=1;html=1;endArrow=block;strokeColor=#d0d0d0;fontColor=#d4d4d4;fontSize=11;labelBackgroundColor=#1f2020;strokeWidth=2;" edge="1" parent="1" source="form_fields" target="event_field_settings"><mxGeometry relative="1" as="geometry" /></mxCell><mxCell id="e12" value="1:M" style="edgeStyle=orthogonalEdgeStyle;rounded=1;curved=1;html=1;endArrow=block;strokeColor=#d0d0d0;fontColor=#d4d4d4;fontSize=11;labelBackgroundColor=#1f2020;strokeWidth=2;" edge="1" parent="1" source="events" target="attendance"><mxGeometry relative="1" as="geometry" /></mxCell><mxCell id="e13" value="0..1" style="edgeStyle=orthogonalEdgeStyle;rounded=1;curved=1;html=1;endArrow=block;strokeColor=#d0d0d0;fontColor=#d4d4d4;fontSize=11;labelBackgroundColor=#1f2020;strokeWidth=2;" edge="1" parent="1" source="attendance" target="address"><mxGeometry relative="1" as="geometry" /></mxCell><mxCell id="e14" value="1:M" style="edgeStyle=orthogonalEdgeStyle;rounded=1;curved=1;html=1;endArrow=block;strokeColor=#d0d0d0;fontColor=#d4d4d4;fontSize=11;labelBackgroundColor=#1f2020;strokeWidth=2;" edge="1" parent="1" source="events" target="exports"><mxGeometry relative="1" as="geometry" /></mxCell><mxCell id="e15" value="generates" style="edgeStyle=orthogonalEdgeStyle;rounded=1;curved=1;html=1;endArrow=block;strokeColor=#d0d0d0;fontColor=#d4d4d4;fontSize=11;labelBackgroundColor=#1f2020;strokeWidth=2;" edge="1" parent="1" source="users" target="exports"><mxGeometry relative="1" as="geometry" /></mxCell><mxCell id="e16" value="performs" style="edgeStyle=orthogonalEdgeStyle;rounded=1;curved=1;html=1;endArrow=block;strokeColor=#d0d0d0;fontColor=#d4d4d4;fontSize=11;labelBackgroundColor=#1f2020;strokeWidth=2;" edge="1" parent="1" source="users" target="audit"><mxGeometry relative="1" as="geometry" /></mxCell><mxCell id="e17" value="1:M" style="edgeStyle=orthogonalEdgeStyle;rounded=1;curved=1;html=1;endArrow=block;strokeColor=#d0d0d0;fontColor=#d4d4d4;fontSize=11;labelBackgroundColor=#1f2020;strokeWidth=2;" edge="1" parent="1" source="psgc_regions" target="psgc_provinces"><mxGeometry relative="1" as="geometry" /></mxCell><mxCell id="e18" value="1:M" style="edgeStyle=orthogonalEdgeStyle;rounded=1;curved=1;html=1;endArrow=block;strokeColor=#d0d0d0;fontColor=#d4d4d4;fontSize=11;labelBackgroundColor=#1f2020;strokeWidth=2;" edge="1" parent="1" source="psgc_regions" target="psgc_cities"><mxGeometry relative="1" as="geometry" /></mxCell><mxCell id="e19" value="1:M" style="edgeStyle=orthogonalEdgeStyle;rounded=1;curved=1;html=1;endArrow=block;strokeColor=#d0d0d0;fontColor=#d4d4d4;fontSize=11;labelBackgroundColor=#1f2020;strokeWidth=2;" edge="1" parent="1" source="psgc_provinces" target="psgc_cities"><mxGeometry relative="1" as="geometry" /></mxCell><mxCell id="e20" value="1:M" style="edgeStyle=orthogonalEdgeStyle;rounded=1;curved=1;html=1;endArrow=block;strokeColor=#d0d0d0;fontColor=#d4d4d4;fontSize=11;labelBackgroundColor=#1f2020;strokeWidth=2;" edge="1" parent="1" source="psgc_cities" target="psgc_barangays"><mxGeometry relative="1" as="geometry" /></mxCell><mxCell id="e21" value="region" style="edgeStyle=orthogonalEdgeStyle;rounded=1;curved=1;html=1;endArrow=block;strokeColor=#d0d0d0;fontColor=#d4d4d4;fontSize=11;labelBackgroundColor=#1f2020;strokeWidth=2;" edge="1" parent="1" source="psgc_regions" target="address"><mxGeometry relative="1" as="geometry" /></mxCell><mxCell id="e22" value="province" style="edgeStyle=orthogonalEdgeStyle;rounded=1;curved=1;html=1;endArrow=block;strokeColor=#d0d0d0;fontColor=#d4d4d4;fontSize=11;labelBackgroundColor=#1f2020;strokeWidth=2;" edge="1" parent="1" source="psgc_provinces" target="address"><mxGeometry relative="1" as="geometry" /></mxCell><mxCell id="e23" value="city/municipality" style="edgeStyle=orthogonalEdgeStyle;rounded=1;curved=1;html=1;endArrow=block;strokeColor=#d0d0d0;fontColor=#d4d4d4;fontSize=11;labelBackgroundColor=#1f2020;strokeWidth=2;" edge="1" parent="1" source="psgc_cities" target="address"><mxGeometry relative="1" as="geometry" /></mxCell><mxCell id="e24" value="barangay" style="edgeStyle=orthogonalEdgeStyle;rounded=1;curved=1;html=1;endArrow=block;strokeColor=#d0d0d0;fontColor=#d4d4d4;fontSize=11;labelBackgroundColor=#1f2020;strokeWidth=2;" edge="1" parent="1" source="psgc_barangays" target="address"><mxGeometry relative="1" as="geometry" /></mxCell></root></mxGraphModel></diagram></mxfile>